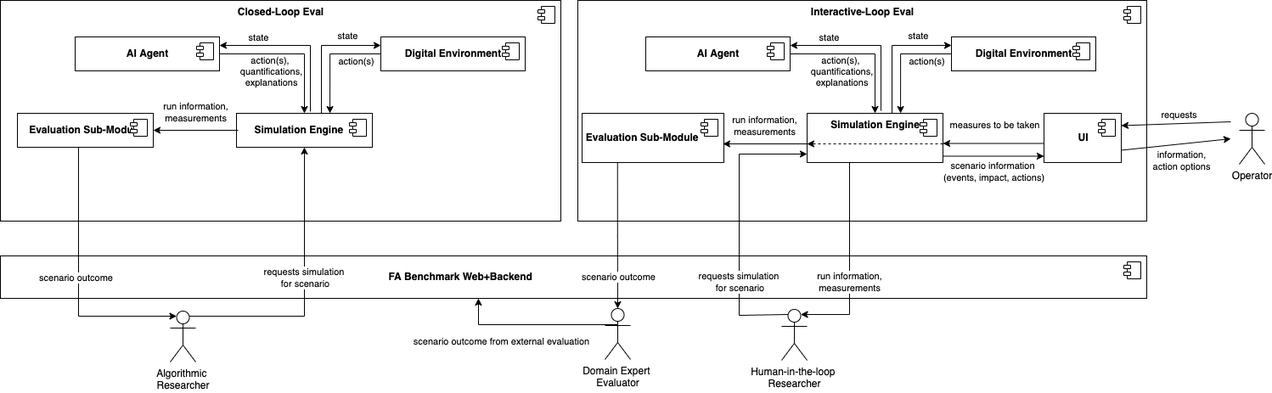
flatland-association/flatland-benchmarks keeps this draw.io diagram as docs/img/readme/Closed_and_Interactive_Loop_Eval.drawio.png. Above is the earlier version. Source tidied: cells renumbered, new cells last; positions are measured from the earlier drawing's top-left corner, leaving out a move shared by most shapes.
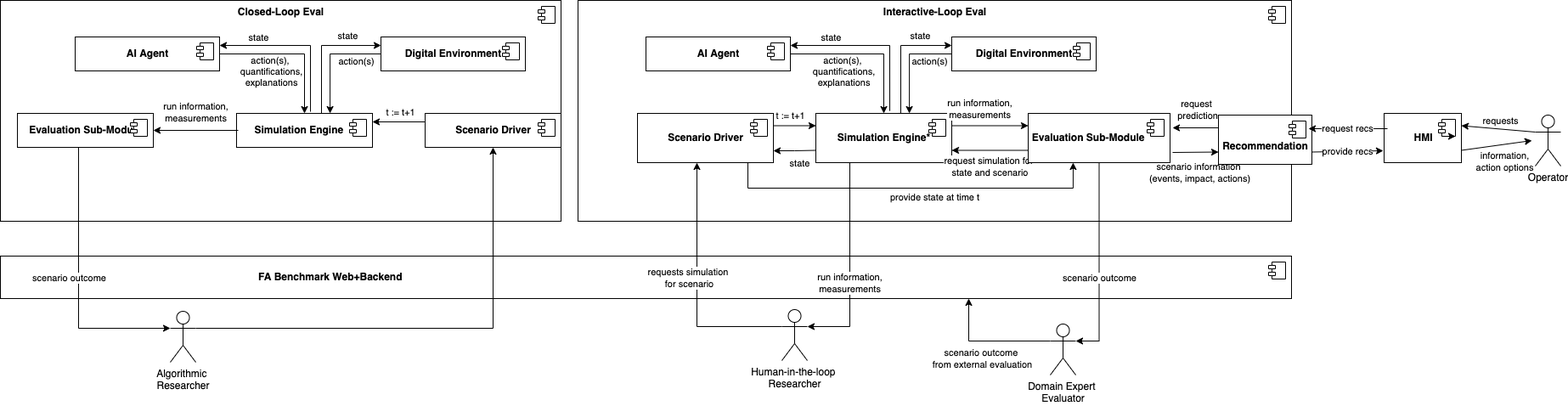
Later version of the same file.

Change to the diagram source:
```diff
@@ -2,8 +2,8 @@
   <root>
     <mxCell id="0" />
     <mxCell id="1" parent="0" />
-    <mxCell id="2" value="&lt;b&gt;FA Benchmark&amp;nbsp;Web+Backend&amp;nbsp; &amp;nbsp; &amp;nbsp; &amp;nbsp; &amp;nbsp; &amp;nbsp; &amp;nbsp; &amp;nbsp; &amp;nbsp; &amp;nbsp; &amp;nbsp; &amp;nbsp; &amp;nbsp; &amp;nbsp; &amp;nbsp; &amp;nbsp; &amp;nbsp; &amp;nbsp; &amp;nbsp; &amp;nbsp; &amp;nbsp; &amp;nbsp; &amp;nbsp; &amp;nbsp; &amp;nbsp; &amp;nbsp; &amp;nbsp; &amp;nbsp; &amp;nbsp; &amp;nbsp; &amp;nbsp; &amp;nbsp; &amp;nbsp; &amp;nbsp; &amp;nbsp; &amp;nbsp; &amp;nbsp; &amp;nbsp; &amp;nbsp; &amp;nbsp;&amp;nbsp;&lt;/b&gt;" style="html=1;" parent="1" vertex="1">
-      <mxGeometry y="301" width="1350" height="50" as="geometry" />
+    <mxCell id="2" value="&lt;b&gt;FA Benchmark&amp;nbsp;Web+Backend&amp;nbsp; &amp;nbsp; &amp;nbsp; &amp;nbsp; &amp;nbsp; &amp;nbsp; &amp;nbsp; &amp;nbsp; &amp;nbsp; &amp;nbsp; &amp;nbsp; &amp;nbsp; &amp;nbsp; &amp;nbsp; &amp;nbsp; &amp;nbsp; &amp;nbsp; &amp;nbsp; &amp;nbsp; &amp;nbsp; &amp;nbsp; &amp;nbsp; &amp;nbsp; &amp;nbsp; &amp;nbsp; &amp;nbsp; &amp;nbsp; &amp;nbsp; &amp;nbsp; &amp;nbsp; &amp;nbsp; &amp;nbsp; &amp;nbsp; &amp;nbsp; &amp;nbsp; &amp;nbsp; &amp;nbsp; &amp;nbsp; &amp;nbsp; &amp;nbsp; &amp;nbsp; &amp;nbsp; &amp;nbsp; &amp;nbsp; &amp;nbsp; &amp;nbsp; &amp;nbsp; &amp;nbsp; &amp;nbsp; &amp;nbsp; &amp;nbsp; &amp;nbsp; &amp;nbsp; &amp;nbsp; &amp;nbsp; &amp;nbsp; &amp;nbsp; &amp;nbsp; &amp;nbsp; &amp;nbsp; &amp;nbsp; &amp;nbsp; &amp;nbsp; &amp;nbsp; &amp;nbsp; &amp;nbsp; &amp;nbsp; &amp;nbsp; &amp;nbsp; &amp;nbsp; &amp;nbsp; &amp;nbsp; &amp;nbsp; &amp;nbsp; &amp;nbsp; &amp;nbsp; &amp;nbsp; &amp;nbsp; &amp;nbsp; &amp;nbsp; &amp;nbsp; &amp;nbsp; &amp;nbsp; &amp;nbsp; &amp;nbsp; &amp;nbsp; &amp;nbsp; &amp;nbsp; &amp;nbsp; &amp;nbsp; &amp;nbsp; &amp;nbsp; &amp;nbsp; &amp;nbsp; &amp;nbsp; &amp;nbsp; &amp;nbsp; &amp;nbsp; &amp;nbsp; &amp;nbsp; &amp;nbsp; &amp;nbsp; &amp;nbsp; &amp;nbsp; &amp;nbsp; &amp;nbsp; &amp;nbsp; &amp;nbsp; &amp;nbsp; &amp;nbsp; &amp;nbsp; &amp;nbsp;&lt;/b&gt;" style="html=1;" parent="1" vertex="1">
+      <mxGeometry y="301" width="1520" height="50" as="geometry" />
     </mxCell>
     <mxCell id="3" style="shape=module;jettyWidth=8;jettyHeight=4;" parent="2" vertex="1">
       <mxGeometry x="1" width="20" height="20" relative="1" as="geometry">
@@ -19,7 +19,7 @@
       </mxGeometry>
     </mxCell>
     <mxCell id="6" value="&lt;b&gt;Interactive-Loop Eval&lt;/b&gt;" style="html=1;verticalAlign=top;" parent="1" vertex="1">
-      <mxGeometry x="680" width="670" height="260" as="geometry" />
+      <mxGeometry x="680" width="840" height="260" as="geometry" />
     </mxCell>
     <mxCell id="7" style="shape=module;jettyWidth=8;jettyHeight=4;" parent="6" vertex="1">
       <mxGeometry x="1" width="20" height="20" relative="1" as="geometry">
@@ -42,22 +42,14 @@
         <mxPoint x="-27" y="7" as="offset" />
       </mxGeometry>
     </mxCell>
-    <mxCell id="12" value="&lt;b&gt;Simulation Engine&lt;/b&gt;" style="html=1;verticalAlign=top;" parent="1" vertex="1">
-      <mxGeometry x="950" y="133" width="160" height="58" as="geometry" />
+    <mxCell id="12" value="&lt;b&gt;Simulation Engine*&lt;/b&gt;" style="html=1;verticalAlign=middle;" parent="1" vertex="1">
+      <mxGeometry x="960" y="133" width="160" height="58" as="geometry" />
     </mxCell>
     <mxCell id="13" style="shape=module;jettyWidth=8;jettyHeight=4;verticalAlign=middle;" parent="12" vertex="1">
       <mxGeometry x="1" width="20" height="20" relative="1" as="geometry">
         <mxPoint x="-27" y="7" as="offset" />
       </mxGeometry>
     </mxCell>
-    <mxCell id="14" value="&lt;b&gt;Evaluation Sub-Module&amp;nbsp; &amp;nbsp; &amp;nbsp; &amp;nbsp;&amp;nbsp;&lt;/b&gt;" style="html=1;verticalAlign=middle;" parent="1" vertex="1">
-      <mxGeometry x="685" y="133" width="167" height="58" as="geometry" />
-    </mxCell>
-    <mxCell id="15" style="shape=module;jettyWidth=8;jettyHeight=4;verticalAlign=middle;" parent="14" vertex="1">
-      <mxGeometry x="1" width="20" height="20" relative="1" as="geometry">
-        <mxPoint x="-27" y="7" as="offset" />
-      </mxGeometry>
-    </mxCell>
     <mxCell id="16" style="endArrow=classic;startArrow=none;html=1;rounded=0;exitX=1;exitY=0.5;exitDx=0;exitDy=0;edgeStyle=orthogonalEdgeStyle;verticalAlign=middle;startFill=0;endFill=1;" parent="1" edge="1" source="8" target="12">
       <mxGeometry relative="1" as="geometry" />
     </mxCell>
@@ -72,39 +64,35 @@
     <mxCell id="19" value="Algorithmic &lt;br&gt;Researcher" style="shape=umlActor;verticalLabelPosition=bottom;verticalAlign=top;html=1;outlineConnect=0;" parent="1" vertex="1">
       <mxGeometry x="200" y="366" width="30" height="60" as="geometry" />
     </mxCell>
-    <mxCell id="20" style="endArrow=none;startArrow=classic;html=1;rounded=0;edgeStyle=orthogonalEdgeStyle;startFill=1;endFill=0;exitX=0.5;exitY=1;exitDx=0;exitDy=0;entryX=0.75;entryY=0.1;entryDx=0;entryDy=0;entryPerimeter=0;" parent="1" edge="1" source="52" target="19">
+    <mxCell id="20" style="endArrow=none;startArrow=classic;html=1;rounded=0;edgeStyle=orthogonalEdgeStyle;startFill=1;endFill=0;exitX=0.5;exitY=1;exitDx=0;exitDy=0;entryX=1;entryY=0.3333333333333333;entryDx=0;entryDy=0;entryPerimeter=0;" parent="1" edge="1" source="78" target="19">
       <mxGeometry relative="1" as="geometry">
         <Array as="points">
-          <mxPoint x="358" y="372" />
+          <mxPoint x="580" y="386" />
         </Array>
       </mxGeometry>
     </mxCell>
-    <mxCell id="21" value="requests simulation&amp;nbsp;&lt;br&gt;for scenario" style="edgeLabel;html=1;align=center;verticalAlign=middle;" parent="20" vertex="1">
-      <mxGeometry x="-0.63" y="-1" relative="1" as="geometry">
-        <mxPoint x="1" y="91" as="offset" />
-      </mxGeometry>
-    </mxCell>
-    <mxCell id="22" value="&lt;b&gt;UI&lt;/b&gt;" style="html=1;verticalAlign=middle;" parent="1" vertex="1">
-      <mxGeometry x="1229" y="133" width="91" height="58" as="geometry" />
+    <mxCell id="22" value="&lt;b&gt;HMI&lt;/b&gt;" style="html=1;verticalAlign=middle;" parent="1" vertex="1">
+      <mxGeometry x="1629" y="133" width="91" height="58" as="geometry" />
     </mxCell>
     <mxCell id="23" style="shape=module;jettyWidth=8;jettyHeight=4;" parent="22" vertex="1">
       <mxGeometry x="1" width="20" height="20" relative="1" as="geometry">
         <mxPoint x="-27" y="7" as="offset" />
       </mxGeometry>
     </mxCell>
+    <mxCell id="71" style="edgeStyle=orthogonalEdgeStyle;rounded=0;orthogonalLoop=1;jettySize=auto;html=1;exitX=0;exitY=1;exitDx=4;exitDy=0;exitPerimeter=0;entryX=1;entryY=1;entryDx=0;entryDy=0;" parent="22" edge="1" source="23" target="23">
+      <mxGeometry relative="1" as="geometry" />
+    </mxCell>
     <mxCell id="24" value="Human-in-the-loop &lt;br&gt;Researcher" style="shape=umlActor;verticalLabelPosition=bottom;verticalAlign=top;html=1;outlineConnect=0;" parent="1" vertex="1">
       <mxGeometry x="920" y="364" width="30" height="60" as="geometry" />
     </mxCell>
     <mxCell id="25" value="Operator" style="shape=umlActor;verticalLabelPosition=bottom;verticalAlign=top;html=1;outlineConnect=0;" parent="1" vertex="1">
-      <mxGeometry x="1459" y="133" width="30" height="60" as="geometry" />
+      <mxGeometry x="1807" y="135" width="30" height="60" as="geometry" />
     </mxCell>
     <mxCell id="26" value="Domain Expert &lt;br&gt;Evaluator" style="shape=umlActor;verticalLabelPosition=bottom;verticalAlign=top;html=1;outlineConnect=0;" parent="1" vertex="1">
-      <mxGeometry x="712" y="363" width="30" height="60" as="geometry" />
+      <mxGeometry x="1236" y="381" width="30" height="60" as="geometry" />
     </mxCell>
-    <mxCell id="27" style="endArrow=classic;html=1;rounded=0;entryX=1;entryY=0.25;entryDx=0;entryDy=0;" parent="1" edge="1" target="22">
-      <mxGeometry relative="1" as="geometry">
-        <mxPoint x="1449" y="143" as="sourcePoint" />
-      </mxGeometry>
+    <mxCell id="27" style="endArrow=classic;html=1;rounded=0;entryX=1;entryY=0.25;entryDx=0;entryDy=0;exitX=0;exitY=0.3333333333333333;exitDx=0;exitDy=0;exitPerimeter=0;" parent="1" edge="1" source="25" target="22">
+      <mxGeometry relative="1" as="geometry" />
     </mxCell>
     <mxCell id="28" value="requests" style="edgeLabel;html=1;align=center;verticalAlign=middle;" parent="27" vertex="1">
       <mxGeometry x="-0.12" y="-1" relative="1" as="geometry">
@@ -132,37 +120,34 @@
         <mxPoint x="6" y="5" as="offset" />
       </mxGeometry>
     </mxCell>
-    <mxCell id="34" style="endArrow=classic;startArrow=none;html=1;rounded=0;edgeStyle=orthogonalEdgeStyle;startFill=0;endFill=1;entryX=0.25;entryY=0.1;entryDx=0;entryDy=0;entryPerimeter=0;exitX=0.45;exitY=0.975;exitDx=0;exitDy=0;exitPerimeter=0;" parent="1" edge="1" source="54" target="19">
+    <mxCell id="34" style="endArrow=classic;startArrow=none;html=1;rounded=0;edgeStyle=orthogonalEdgeStyle;startFill=0;endFill=1;entryX=0;entryY=0.3333333333333333;entryDx=0;entryDy=0;entryPerimeter=0;exitX=0.45;exitY=0.975;exitDx=0;exitDy=0;exitPerimeter=0;" parent="1" edge="1" source="54" target="19">
       <mxGeometry relative="1" as="geometry">
         <Array as="points">
-          <mxPoint x="92" y="372" />
+          <mxPoint x="92" y="386" />
         </Array>
       </mxGeometry>
     </mxCell>
     <mxCell id="35" value="scenario outcome" style="edgeLabel;html=1;align=center;verticalAlign=middle;" parent="34" vertex="1">
       <mxGeometry x="0.33" y="3" relative="1" as="geometry">
-        <mxPoint x="-14" y="-43" as="offset" />
+        <mxPoint x="-12" y="-57" as="offset" />
       </mxGeometry>
     </mxCell>
-    <mxCell id="36" style="endArrow=none;startArrow=classic;html=1;rounded=0;edgeStyle=orthogonalEdgeStyle;startFill=1;endFill=0;entryX=0.25;entryY=0.1;entryDx=0;entryDy=0;entryPerimeter=0;" parent="1" edge="1" target="24">
+    <mxCell id="36" style="endArrow=none;startArrow=classic;html=1;rounded=0;edgeStyle=orthogonalEdgeStyle;startFill=1;endFill=0;entryX=0;entryY=0.3333333333333333;entryDx=0;entryDy=0;entryPerimeter=0;" parent="1" edge="1" source="82" target="24">
       <mxGeometry relative="1" as="geometry">
-        <mxPoint x="950" y="181" as="sourcePoint" />
         <Array as="points">
-          <mxPoint x="950" y="181" />
-          <mxPoint x="870" y="181" />
-          <mxPoint x="870" y="371" />
+          <mxPoint x="820" y="384" />
         </Array>
       </mxGeometry>
     </mxCell>
     <mxCell id="37" value="requests simulation&amp;nbsp;&lt;br&gt;for scenario" style="edgeLabel;html=1;align=center;verticalAlign=middle;" parent="36" vertex="1">
       <mxGeometry x="-0.49" y="2" relative="1" as="geometry">
-        <mxPoint x="-2" y="146" as="offset" />
+        <mxPoint x="-12" y="60" as="offset" />
       </mxGeometry>
     </mxCell>
-    <mxCell id="38" style="endArrow=classic;startArrow=none;html=1;rounded=0;edgeStyle=orthogonalEdgeStyle;startFill=0;endFill=1;entryX=0.75;entryY=0.1;entryDx=0;entryDy=0;entryPerimeter=0;" parent="1" edge="1" source="12" target="24">
+    <mxCell id="38" style="endArrow=classic;startArrow=none;html=1;rounded=0;edgeStyle=orthogonalEdgeStyle;startFill=0;endFill=1;entryX=1;entryY=0.3333333333333333;entryDx=0;entryDy=0;entryPerimeter=0;" parent="1" edge="1" source="12" target="24">
       <mxGeometry relative="1" as="geometry">
         <Array as="points">
-          <mxPoint x="1000" y="370" />
+          <mxPoint x="1000" y="384" />
         </Array>
       </mxGeometry>
     </mxCell>
@@ -171,7 +156,7 @@
         <mxPoint y="90" as="offset" />
       </mxGeometry>
     </mxCell>
-    <mxCell id="40" style="endArrow=classic;html=1;rounded=0;entryX=0.994;entryY=0.621;entryDx=0;entryDy=0;exitX=0.006;exitY=0.621;exitDx=0;exitDy=0;entryPerimeter=0;exitPerimeter=0;" parent="1" edge="1" source="12" target="14">
+    <mxCell id="40" style="endArrow=classic;html=1;rounded=0;entryX=0;entryY=0.25;entryDx=0;entryDy=0;exitX=1;exitY=0.25;exitDx=0;exitDy=0;" parent="1" edge="1" source="12" target="14">
       <mxGeometry relative="1" as="geometry" />
     </mxCell>
     <mxCell id="41" value="run information,&lt;br&gt;measurements" style="edgeLabel;html=1;align=center;verticalAlign=middle;" parent="40" vertex="1">
@@ -181,7 +166,7 @@
     </mxCell>
     <mxCell id="42" style="endArrow=classic;html=1;rounded=0;exitX=1;exitY=0.75;exitDx=0;exitDy=0;" parent="1" edge="1" source="22">
       <mxGeometry relative="1" as="geometry">
-        <mxPoint x="1449" y="163" as="targetPoint" />
+        <mxPoint x="1803" y="165" as="targetPoint" />
       </mxGeometry>
     </mxCell>
     <mxCell id="43" value="information,&lt;br&gt;action options" style="edgeLabel;html=1;align=center;verticalAlign=middle;" parent="42" vertex="1">
@@ -189,26 +174,25 @@
         <mxPoint x="14" y="17" as="offset" />
       </mxGeometry>
     </mxCell>
-    <mxCell id="44" style="endArrow=classic;html=1;rounded=0;entryX=1;entryY=0.25;entryDx=0;entryDy=0;exitX=0;exitY=0.25;exitDx=0;exitDy=0;" parent="1" edge="1">
+    <mxCell id="44" style="endArrow=classic;html=1;rounded=0;" parent="1" edge="1">
       <mxGeometry relative="1" as="geometry">
-        <mxPoint x="1229" y="168.5" as="sourcePoint" />
-        <mxPoint x="1110" y="168.5" as="targetPoint" />
+        <mxPoint x="1440" y="150" as="sourcePoint" />
+        <mxPoint x="1380" y="150" as="targetPoint" />
       </mxGeometry>
     </mxCell>
-    <mxCell id="45" value="measures to be taken" style="edgeLabel;html=1;align=center;verticalAlign=middle;" parent="44" vertex="1">
+    <mxCell id="45" value="request&lt;br&gt;&amp;nbsp;prediction" style="edgeLabel;html=1;align=center;verticalAlign=middle;" parent="44" vertex="1">
       <mxGeometry x="-0.12" y="-1" relative="1" as="geometry">
         <mxPoint x="-7" y="-21" as="offset" />
       </mxGeometry>
     </mxCell>
-    <mxCell id="46" style="endArrow=classic;html=1;rounded=0;entryX=0;entryY=0.75;entryDx=0;entryDy=0;exitX=1;exitY=0.75;exitDx=0;exitDy=0;" parent="1" edge="1">
+    <mxCell id="46" style="endArrow=classic;html=1;rounded=0;entryX=0;entryY=0.75;entryDx=0;entryDy=0;" parent="1" edge="1" target="72">
       <mxGeometry relative="1" as="geometry">
-        <mxPoint x="1110" y="183.5" as="sourcePoint" />
-        <mxPoint x="1229" y="183.5" as="targetPoint" />
+        <mxPoint x="1380" y="179" as="sourcePoint" />
       </mxGeometry>
     </mxCell>
     <mxCell id="47" value="scenario information &lt;br&gt;(events, impact, actions)" style="edgeLabel;html=1;align=center;verticalAlign=middle;labelBackgroundColor=none;" parent="46" vertex="1">
       <mxGeometry x="-0.12" y="-1" relative="1" as="geometry">
-        <mxPoint x="7" y="17" as="offset" />
+        <mxPoint x="7" y="23" as="offset" />
       </mxGeometry>
     </mxCell>
     <mxCell id="48" value="&lt;b&gt;AI Agent&lt;/b&gt;" style="html=1;verticalAlign=middle;" parent="1" vertex="1">
@@ -285,32 +269,119 @@
         <mxPoint x="-7" y="-21" as="offset" />
       </mxGeometry>
     </mxCell>
-    <mxCell id="66" style="endArrow=classic;startArrow=none;html=1;rounded=0;edgeStyle=orthogonalEdgeStyle;endFill=1;startFill=0;exitX=0.25;exitY=1;exitDx=0;exitDy=0;entryX=0.5;entryY=0;entryDx=0;entryDy=0;entryPerimeter=0;" parent="1" edge="1" source="14" target="26">
-      <mxGeometry relative="1" as="geometry" />
+    <mxCell id="66" style="endArrow=classic;startArrow=none;html=1;rounded=0;edgeStyle=orthogonalEdgeStyle;endFill=1;startFill=0;exitX=0.5;exitY=1;exitDx=0;exitDy=0;entryX=1;entryY=0.3333333333333333;entryDx=0;entryDy=0;entryPerimeter=0;" parent="1" edge="1" source="14" target="26">
+      <mxGeometry relative="1" as="geometry">
+        <Array as="points">
+          <mxPoint x="1294" y="401" />
+        </Array>
+      </mxGeometry>
     </mxCell>
     <mxCell id="67" value="scenario outcome" style="edgeLabel;html=1;align=center;verticalAlign=middle;" parent="66" vertex="1">
       <mxGeometry x="0.05" y="3" relative="1" as="geometry">
-        <mxPoint x="-3" y="45" as="offset" />
+        <mxPoint x="-3" y="10" as="offset" />
       </mxGeometry>
     </mxCell>
-    <mxCell id="68" style="endArrow=classic;html=1;rounded=0;exitX=1;exitY=0.5;exitDx=0;exitDy=0;dashed=1;" parent="1" edge="1">
-      <mxGeometry relative="1" as="geometry">
-        <mxPoint x="1110" y="169" as="sourcePoint" />
-        <mxPoint x="950" y="169" as="targetPoint" />
-      </mxGeometry>
-    </mxCell>
-    <mxCell id="69" style="endArrow=none;startArrow=classic;html=1;rounded=0;edgeStyle=orthogonalEdgeStyle;startFill=1;endFill=0;exitX=0.417;exitY=1;exitDx=0;exitDy=0;entryX=0.5;entryY=0.5;entryDx=0;entryDy=0;entryPerimeter=0;exitPerimeter=0;" parent="1" edge="1" source="2" target="26">
+    <mxCell id="69" style="endArrow=none;startArrow=classic;html=1;rounded=0;edgeStyle=orthogonalEdgeStyle;startFill=1;endFill=0;exitX=0.75;exitY=1;exitDx=0;exitDy=0;entryX=0;entryY=0.3333333333333333;entryDx=0;entryDy=0;entryPerimeter=0;" parent="1" edge="1" source="2" target="26">
       <mxGeometry relative="1" as="geometry">
         <Array as="points">
-          <mxPoint x="563" y="382" />
-          <mxPoint x="727" y="382" />
+          <mxPoint x="1140" y="401" />
         </Array>
       </mxGeometry>
     </mxCell>
-    <mxCell id="70" value="scenario outcome from external evaluation" style="edgeLabel;html=1;align=center;verticalAlign=middle;" parent="69" vertex="1">
+    <mxCell id="70" value="scenario outcome &lt;br&gt;from external evaluation" style="edgeLabel;html=1;align=center;verticalAlign=middle;" parent="69" vertex="1">
       <mxGeometry x="-0.63" y="-1" relative="1" as="geometry">
-        <mxPoint x="20" y="18" as="offset" />
+        <mxPoint x="16" y="43" as="offset" />
       </mxGeometry>
     </mxCell>
+    <mxCell id="72" value="&lt;b&gt;&lt;br&gt;Recommendation&lt;/b&gt;" style="html=1;verticalAlign=middle;" parent="1" vertex="1">
+      <mxGeometry x="1434" y="135" width="110" height="58" as="geometry" />
+    </mxCell>
+    <mxCell id="73" style="shape=module;jettyWidth=8;jettyHeight=4;" parent="72" vertex="1">
+      <mxGeometry x="1" width="20" height="20" relative="1" as="geometry">
+        <mxPoint x="-27" y="7" as="offset" />
+      </mxGeometry>
+    </mxCell>
+    <mxCell id="74" value="request recs" style="endArrow=classic;html=1;rounded=0;" parent="1" edge="1">
+      <mxGeometry relative="1" as="geometry">
+        <mxPoint x="1633" y="151" as="sourcePoint" />
+        <mxPoint x="1540" y="151" as="targetPoint" />
+      </mxGeometry>
+    </mxCell>
+    <mxCell id="75" value="provide recs" style="endArrow=classic;html=1;rounded=0;exitX=1;exitY=0.75;exitDx=0;exitDy=0;" parent="1" edge="1" source="72">
+      <mxGeometry relative="1" as="geometry">
+        <mxPoint x="1628" y="177" as="targetPoint" />
+      </mxGeometry>
+    </mxCell>
+    <mxCell id="76" style="endArrow=classic;html=1;rounded=0;exitX=0;exitY=0.75;exitDx=0;exitDy=0;entryX=1;entryY=0.75;entryDx=0;entryDy=0;" parent="1" edge="1" source="14" target="12">
+      <mxGeometry relative="1" as="geometry" />
+    </mxCell>
+    <mxCell id="77" value="request simulation for&amp;nbsp;&lt;br&gt;state and scenario" style="edgeLabel;html=1;align=center;verticalAlign=middle;" parent="76" vertex="1">
+      <mxGeometry x="-0.12" y="-1" relative="1" as="geometry">
+        <mxPoint x="-7" y="20" as="offset" />
+      </mxGeometry>
+    </mxCell>
+    <mxCell id="14" value="&lt;b&gt;Evaluation Sub-Module&amp;nbsp; &amp;nbsp; &amp;nbsp; &amp;nbsp;&amp;nbsp;&lt;/b&gt;" style="html=1;verticalAlign=middle;" parent="1" vertex="1">
+      <mxGeometry x="1210" y="133" width="167" height="58" as="geometry" />
+    </mxCell>
+    <mxCell id="15" style="shape=module;jettyWidth=8;jettyHeight=4;verticalAlign=middle;" parent="14" vertex="1">
+      <mxGeometry x="1" width="20" height="20" relative="1" as="geometry">
+        <mxPoint x="-27" y="7" as="offset" />
+      </mxGeometry>
+    </mxCell>
+    <mxCell id="78" value="&lt;b&gt;Scenario Driver&lt;br&gt;&lt;/b&gt;" style="html=1;verticalAlign=middle;" parent="1" vertex="1">
+      <mxGeometry x="500" y="133" width="160" height="40" as="geometry" />
+    </mxCell>
+    <mxCell id="79" style="shape=module;jettyWidth=8;jettyHeight=4;verticalAlign=middle;" parent="78" vertex="1">
+      <mxGeometry x="1" width="20" height="20" relative="1" as="geometry">
+        <mxPoint x="-27" y="7" as="offset" />
+      </mxGeometry>
+    </mxCell>
+    <mxCell id="80" style="endArrow=none;startArrow=classic;html=1;rounded=0;edgeStyle=orthogonalEdgeStyle;startFill=1;endFill=0;exitX=1;exitY=0.25;exitDx=0;exitDy=0;entryX=0;entryY=0.25;entryDx=0;entryDy=0;" parent="1" edge="1" source="52" target="78">
+      <mxGeometry relative="1" as="geometry" />
+    </mxCell>
+    <mxCell id="81" value="t := t+1" style="edgeLabel;html=1;align=center;verticalAlign=middle;" parent="80" vertex="1">
+      <mxGeometry x="0.18" y="1" relative="1" as="geometry">
+        <mxPoint x="-5" y="-11" as="offset" />
+      </mxGeometry>
+    </mxCell>
+    <mxCell id="82" value="&lt;b&gt;Scenario Driver&lt;br&gt;&lt;/b&gt;" style="html=1;verticalAlign=middle;" parent="1" vertex="1">
+      <mxGeometry x="750" y="133" width="160" height="58" as="geometry" />
+    </mxCell>
+    <mxCell id="83" style="shape=module;jettyWidth=8;jettyHeight=4;verticalAlign=middle;" parent="82" vertex="1">
+      <mxGeometry x="1" width="20" height="20" relative="1" as="geometry">
+        <mxPoint x="-27" y="7" as="offset" />
+      </mxGeometry>
+    </mxCell>
+    <mxCell id="84" style="endArrow=none;startArrow=classic;html=1;rounded=0;edgeStyle=orthogonalEdgeStyle;startFill=1;endFill=0;entryX=1;entryY=0.25;entryDx=0;entryDy=0;exitX=0;exitY=0.25;exitDx=0;exitDy=0;" parent="1" edge="1" source="12" target="82">
+      <mxGeometry relative="1" as="geometry" />
+    </mxCell>
+    <mxCell id="85" value="t := t+1" style="edgeLabel;html=1;align=center;verticalAlign=middle;" parent="84" vertex="1">
+      <mxGeometry x="0.18" y="1" relative="1" as="geometry">
+        <mxPoint x="-1" y="-13" as="offset" />
+      </mxGeometry>
+    </mxCell>
+    <mxCell id="86" style="endArrow=none;startArrow=classic;html=1;rounded=0;edgeStyle=orthogonalEdgeStyle;startFill=1;endFill=0;exitX=0.317;exitY=1;exitDx=0;exitDy=0;exitPerimeter=0;" parent="1" edge="1" source="14" target="82">
+      <mxGeometry relative="1" as="geometry">
+        <Array as="points">
+          <mxPoint x="1263" y="221" />
+          <mxPoint x="880" y="221" />
+        </Array>
+      </mxGeometry>
+    </mxCell>
+    <mxCell id="87" value="provide state at time t" style="edgeLabel;html=1;align=center;verticalAlign=middle;" parent="86" vertex="1">
+      <mxGeometry x="0.18" y="1" relative="1" as="geometry">
+        <mxPoint x="69" y="9" as="offset" />
+      </mxGeometry>
+    </mxCell>
+    <mxCell id="88" style="endArrow=none;startArrow=classic;html=1;rounded=0;edgeStyle=orthogonalEdgeStyle;startFill=1;endFill=0;entryX=0;entryY=0.75;entryDx=0;entryDy=0;" parent="1" edge="1" target="12">
+      <mxGeometry relative="1" as="geometry">
+        <mxPoint x="910" y="177" as="sourcePoint" />
+      </mxGeometry>
+    </mxCell>
+    <mxCell id="89" value="state" style="edgeLabel;html=1;align=center;verticalAlign=middle;" parent="88" vertex="1">
+      <mxGeometry x="0.18" y="1" relative="1" as="geometry">
+        <mxPoint x="1" y="16" as="offset" />
+      </mxGeometry>
+    </mxCell>
   </root>
 </mxGraphModel>
```
